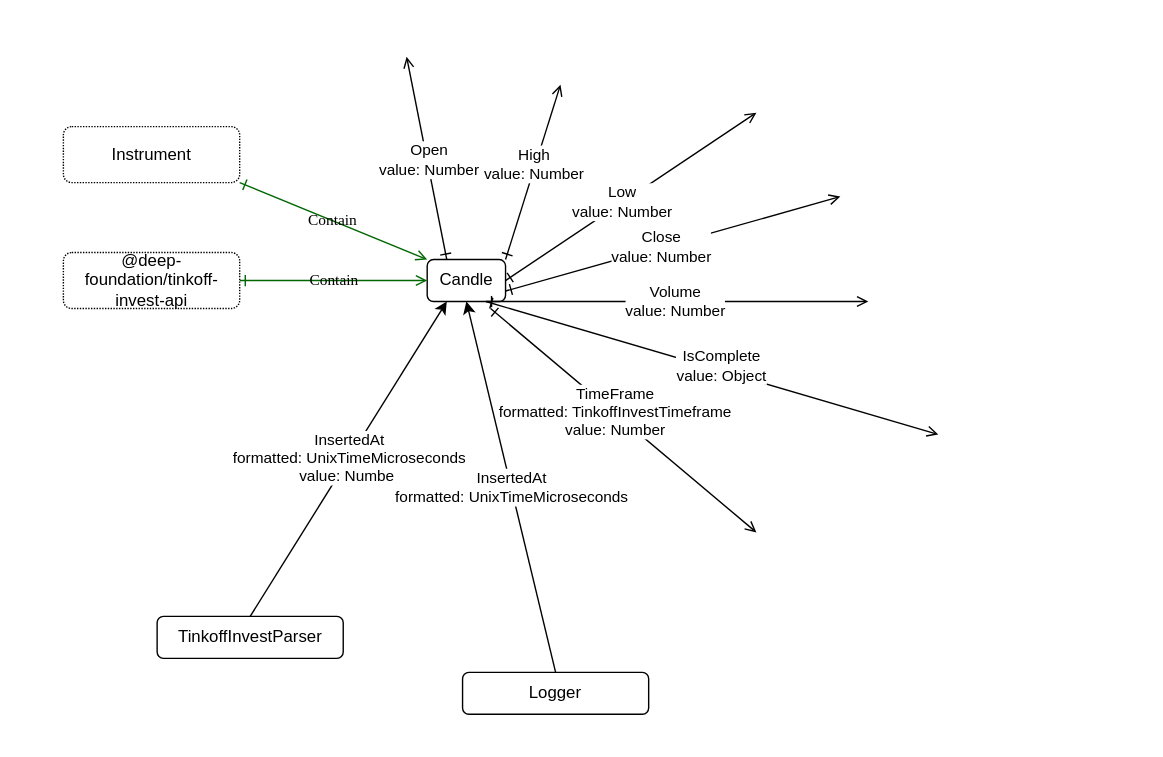
suenot/deep-tinkoff-invest-api keeps this draw.io diagram as src/candle/Candle.drawio.svg. Above is the earlier version. Source tidied: cells renumbered, new cells last; positions are measured from the earlier drawing's top-left corner, leaving out a move shared by most shapes.
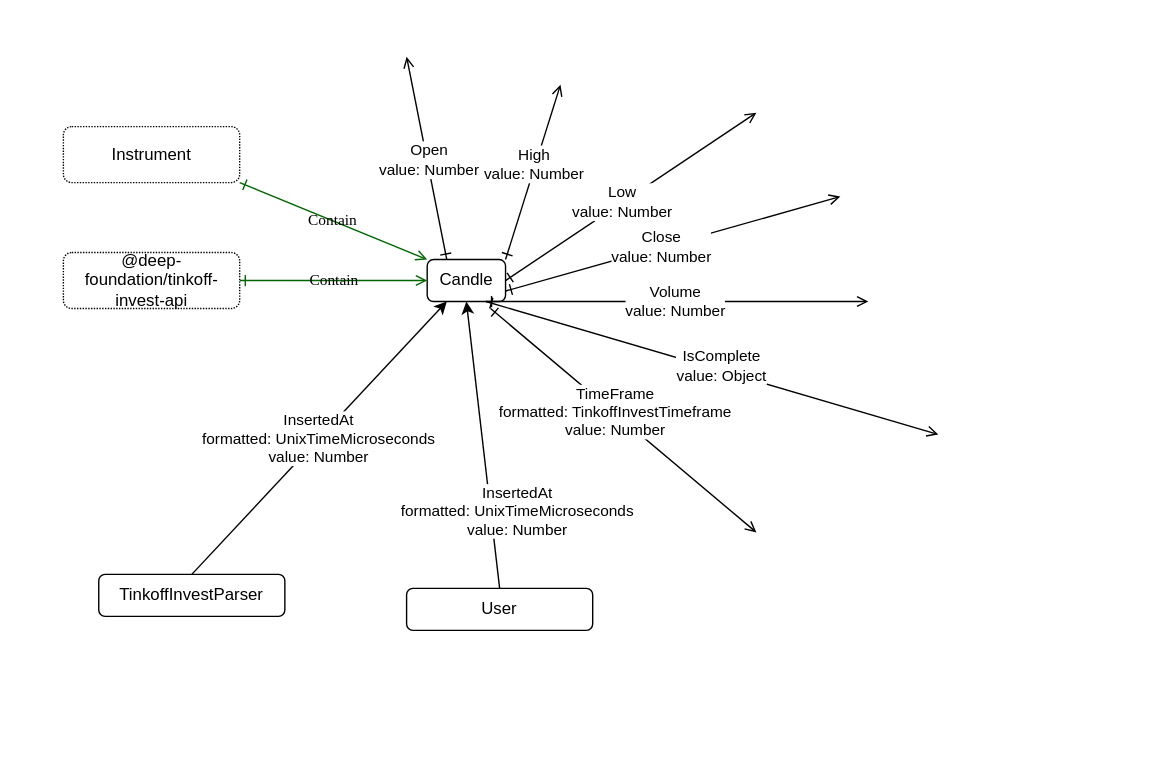
After the commit.

The edit, as a diff of the source:
```diff
@@ -57,7 +57,7 @@
       <mxGeometry relative="1" as="geometry" />
     </mxCell>
     <mxCell id="16" value="TinkoffInvestParser" style="rounded=1;whiteSpace=wrap;html=1;labelBackgroundColor=none;" parent="1" vertex="1">
-      <mxGeometry x="111.7" y="440" width="133" height="30" as="geometry" />
+      <mxGeometry x="70" y="410" width="133" height="30" as="geometry" />
     </mxCell>
     <mxCell id="17" style="edgeStyle=none;html=1;exitX=0.75;exitY=1;exitDx=0;exitDy=0;startArrow=ERone;startFill=0;endArrow=open;endFill=0;" parent="1" edge="1" source="5">
       <mxGeometry relative="1" as="geometry">
@@ -85,11 +85,11 @@
     <mxCell id="23" value="Contain" style="jettySize=auto;html=1;shadow=0;labelBackgroundColor=none;startArrow=ERone;startFill=0;endArrow=open;endFill=0;fontColor=#000000;fontFamily=Comic Sans MS;entryX=0;entryY=0;entryDx=0;entryDy=0;exitX=1;exitY=1;exitDx=0;exitDy=0;strokeColor=#006600;" parent="1" edge="1" source="6" target="5">
       <mxGeometry relative="1" as="geometry" />
     </mxCell>
-    <mxCell id="24" value="Logger" style="rounded=1;whiteSpace=wrap;html=1;labelBackgroundColor=none;" parent="1" vertex="1">
-      <mxGeometry x="330" y="480" width="133" height="30" as="geometry" />
+    <mxCell id="24" value="User" style="rounded=1;whiteSpace=wrap;html=1;labelBackgroundColor=none;" parent="1" vertex="1">
+      <mxGeometry x="290" y="420" width="133" height="30" as="geometry" />
     </mxCell>
-    <mxCell id="25" value="InsertedAt&lt;br&gt;formatted: UnixTimeMicroseconds&amp;nbsp;" style="edgeStyle=none;html=1;exitX=0.5;exitY=0;exitDx=0;exitDy=0;entryX=0.5;entryY=1;entryDx=0;entryDy=0;" parent="1" edge="1" source="24" target="5">
-      <mxGeometry relative="1" as="geometry" />
+    <mxCell id="25" value="InsertedAt&lt;br&gt;formatted: UnixTimeMicroseconds&amp;nbsp;&lt;br&gt;value: Number" style="edgeStyle=none;html=1;exitX=0.5;exitY=0;exitDx=0;exitDy=0;entryX=0.5;entryY=1;entryDx=0;entryDy=0;" parent="1" edge="1" source="24" target="5">
+      <mxGeometry x="-0.49" y="-19" relative="1" as="geometry" />
     </mxCell>
   </root>
 </mxGraphModel>
```
